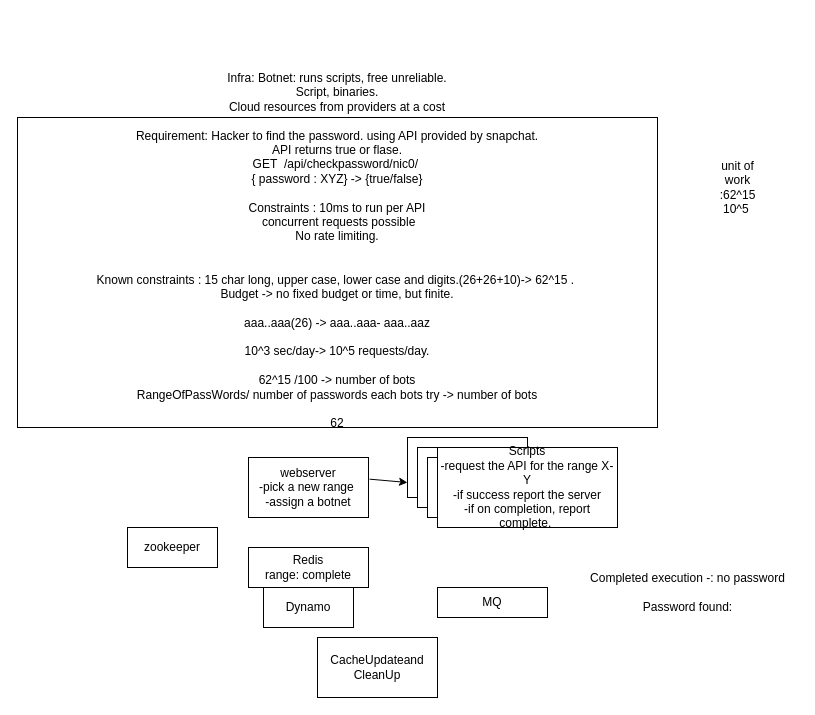
The draw.io diagram Crowdstrike.drawio in a4abi/overview, before the edit. Source tidied: cells renumbered, new cells numbered last; positions are measured from the earlier drawing's top-left corner, leaving out a move shared by most shapes. Both pictures are drawn from the tidied source at 100%, with x=0, y=0 at pixel (17, 117).
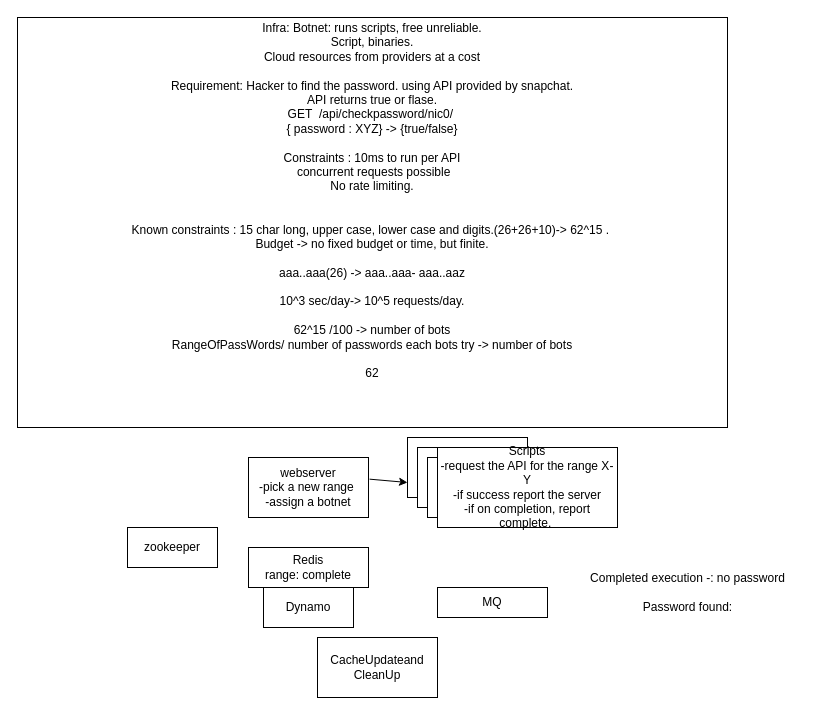
Above is the later version.

The edit, as a diff of the source:
```diff
@@
 <mxGraphModel>
   <root>
     <mxCell id="0" />
     <mxCell id="1" parent="0" />
     <mxCell id="2" value="Infra: Botnet: runs scripts, free unreliable.&lt;div&gt;Script, binaries.&lt;/div&gt;&lt;div&gt;Cloud resources from providers at a cost&lt;/div&gt;&lt;div&gt;&lt;br&gt;&lt;/div&gt;&lt;div&gt;Requirement: Hacker to find the password. using API provided by snapchat.&lt;/div&gt;&lt;div&gt;API returns true or flase.&lt;/div&gt;&lt;div&gt;GET&amp;nbsp; /api/checkpassword/nic0/&amp;nbsp;&lt;/div&gt;&lt;div&gt;{ password : XYZ} -&amp;gt; {true/false}&lt;/div&gt;&lt;div&gt;&lt;br&gt;&lt;/div&gt;&lt;div&gt;Constraints : 10ms to run per API&lt;/div&gt;&lt;div&gt;&amp;nbsp;concurrent requests possible&lt;/div&gt;&lt;div&gt;No rate limiting.&lt;/div&gt;&lt;div&gt;&lt;br&gt;&lt;/div&gt;&lt;div&gt;&lt;br&gt;&lt;/div&gt;&lt;div&gt;Known constraints : 15 char long, upper case, lower case and digits.(26+26+10)-&amp;gt;&amp;nbsp;&lt;span style=&quot;background-color: initial;&quot;&gt;62^15 .&amp;nbsp;&lt;/span&gt;&lt;/div&gt;&lt;div&gt;Budget -&amp;gt; no fixed budget or time, but finite.&lt;/div&gt;&lt;div&gt;&lt;br&gt;&lt;/div&gt;&lt;div&gt;aaa..aaa(26) -&amp;gt;&amp;nbsp;&lt;span style=&quot;background-color: initial;&quot;&gt;aaa..aaa-&amp;nbsp;&lt;/span&gt;&lt;span style=&quot;background-color: initial;&quot;&gt;aaa..aaz&lt;/span&gt;&lt;/div&gt;&lt;div&gt;&lt;br&gt;&lt;/div&gt;&lt;div&gt;10^3 sec/day-&amp;gt; 10^5 requests/day.&lt;/div&gt;&lt;div&gt;&lt;br&gt;&lt;/div&gt;&lt;div&gt;62^15 /100 -&amp;gt; number of bots&lt;br&gt;&lt;/div&gt;&lt;div&gt;RangeOfPassWords/ number of passwords each bots try -&amp;gt; number of bots&lt;/div&gt;&lt;div&gt;&lt;br&gt;&lt;/div&gt;&lt;div&gt;62&lt;/div&gt;&lt;div&gt;&lt;br&gt;&lt;/div&gt;&lt;div&gt;&lt;br&gt;&lt;/div&gt;&lt;div&gt;&lt;br&gt;&lt;/div&gt;" style="rounded=0;whiteSpace=wrap;html=1;" parent="1" vertex="1">
-      <mxGeometry width="640" height="310" as="geometry" />
+      <mxGeometry y="-100" width="710" height="410" as="geometry" />
     </mxCell>
     <mxCell id="3" value="webserver&lt;div&gt;-pick a new range&amp;nbsp;&lt;/div&gt;&lt;div&gt;-assign a botnet&lt;/div&gt;" style="rounded=0;whiteSpace=wrap;html=1;" parent="1" vertex="1">
       <mxGeometry x="231" y="340" width="120" height="60" as="geometry" />
     </mxCell>
     <mxCell id="4" style="rounded=0;whiteSpace=wrap;html=1;" parent="1" vertex="1">
       <mxGeometry x="390" y="320" width="120" height="60" as="geometry" />
     </mxCell>
     <mxCell id="5" style="rounded=0;whiteSpace=wrap;html=1;" parent="1" vertex="1">
       <mxGeometry x="400" y="330" width="120" height="60" as="geometry" />
     </mxCell>
     <mxCell id="6" style="rounded=0;whiteSpace=wrap;html=1;" parent="1" vertex="1">
       <mxGeometry x="410" y="340" width="120" height="60" as="geometry" />
     </mxCell>
     <mxCell id="7" value="Scripts&lt;div&gt;-request the API for the range X-Y&lt;/div&gt;&lt;div&gt;-if success report the server&lt;/div&gt;&lt;div&gt;-if on completion, report complete.&amp;nbsp;&lt;/div&gt;" style="rounded=0;whiteSpace=wrap;html=1;" parent="1" vertex="1">
       <mxGeometry x="420" y="330" width="180" height="80" as="geometry" />
     </mxCell>
     <mxCell id="8" value="Redis&lt;div&gt;range: complete&lt;/div&gt;" style="whiteSpace=wrap;html=1;" parent="1" vertex="1">
       <mxGeometry x="231" y="430" width="120" height="40" as="geometry" />
     </mxCell>
     <mxCell id="9" value="CacheUpdateand&lt;div&gt;CleanUp&lt;/div&gt;" style="rounded=0;whiteSpace=wrap;html=1;" parent="1" vertex="1">
       <mxGeometry x="300" y="520" width="120" height="60" as="geometry" />
     </mxCell>
     <mxCell id="10" value="MQ" style="rounded=0;whiteSpace=wrap;html=1;" parent="1" vertex="1">
       <mxGeometry x="420" y="470" width="110" height="30" as="geometry" />
     </mxCell>
     <mxCell id="11" value="Completed execution -: no password&lt;div&gt;&lt;br&gt;&lt;/div&gt;&lt;div&gt;Password found:&lt;/div&gt;" style="text;html=1;align=center;verticalAlign=middle;strokeColor=none;fillColor=none;" parent="1" vertex="1">
       <mxGeometry x="560" y="445" width="220" height="60" as="geometry" />
     </mxCell>
     <mxCell id="12" value="zookeeper" style="rounded=0;whiteSpace=wrap;html=1;" parent="1" vertex="1">
       <mxGeometry x="110" y="410" width="90" height="40" as="geometry" />
     </mxCell>
     <mxCell id="13" style="endArrow=classic;html=1;rounded=0;exitX=1.009;exitY=0.361;exitDx=0;exitDy=0;exitPerimeter=0;entryX=0;entryY=0.75;entryDx=0;entryDy=0;" parent="1" edge="1" source="3" target="4">
       <mxGeometry relative="1" as="geometry" />
     </mxCell>
     <mxCell id="14" value="Dynamo" style="rounded=0;whiteSpace=wrap;html=1;" parent="1" vertex="1">
       <mxGeometry x="246" y="470" width="90" height="40" as="geometry" />
     </mxCell>
-    <mxCell id="15" value="&lt;span style=&quot;text-wrap: wrap;&quot;&gt;unit of work :62^15&lt;/span&gt;&lt;div&gt;&lt;span style=&quot;text-wrap: wrap;&quot;&gt;10^5&amp;nbsp;&lt;/span&gt;&lt;/div&gt;" style="text;html=1;align=center;verticalAlign=middle;strokeColor=none;fillColor=none;" parent="1" vertex="1">
-      <mxGeometry x="660" y="50" width="120" height="40" as="geometry" />
-    </mxCell>
   </root>
 </mxGraphModel>
```
